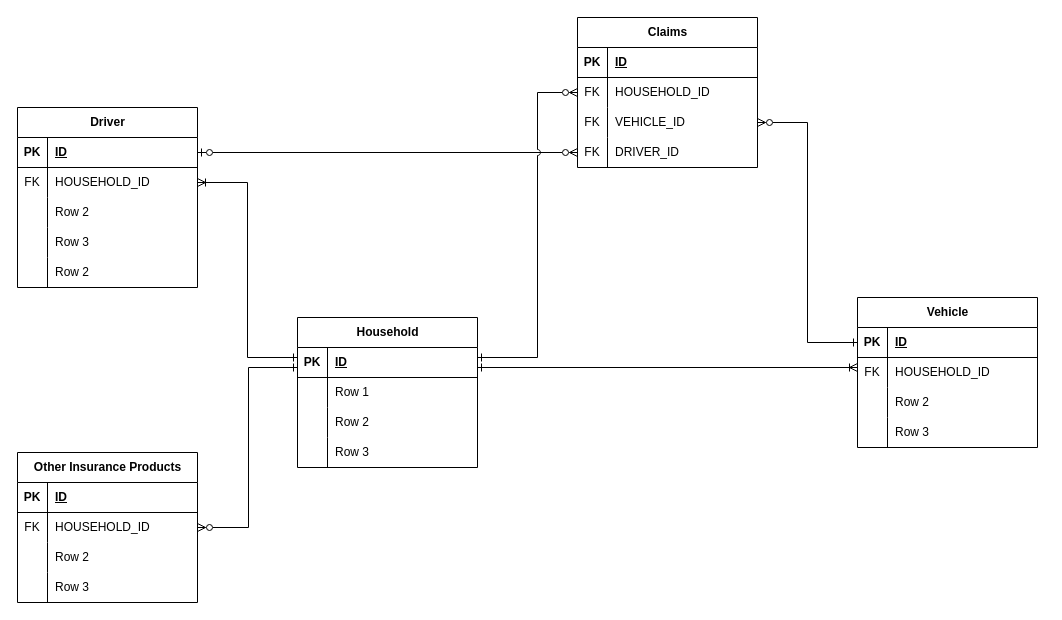
This is synthetic_data/ER Diagram for Data.drawio from rosacker/msds_498_insurance_loss_modeling, a draw.io file, before an edit. Source tidied: cells renumbered, new cells numbered last; positions are measured from the earlier drawing's top-left corner, leaving out a move shared by most shapes. Both pictures are drawn from the tidied source at 100%, with x=0, y=0 at pixel (17, 17).
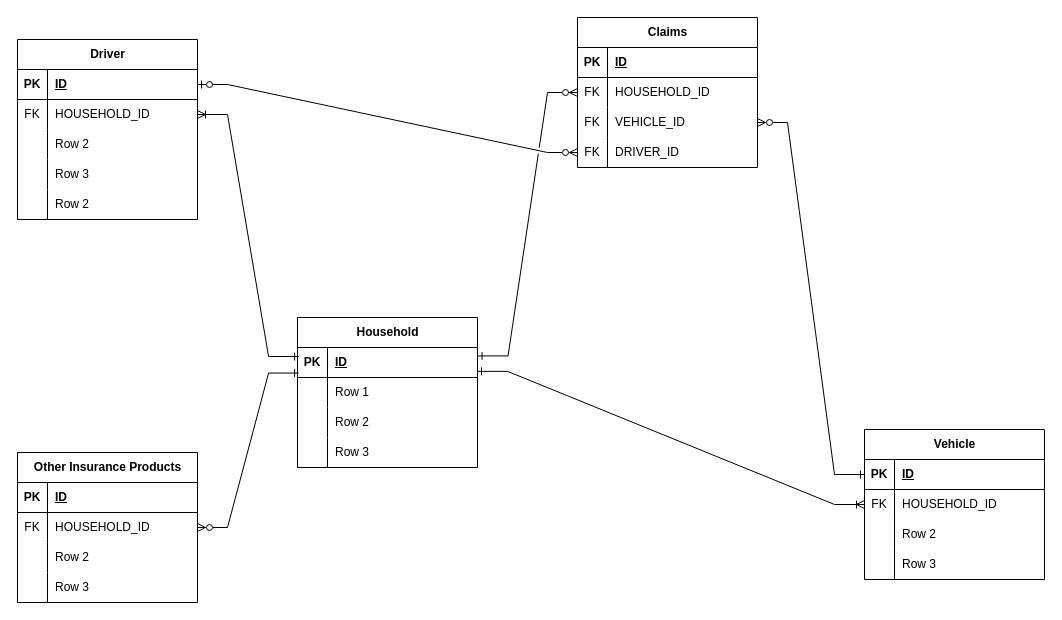
After the change.

The change refers to these unchanged cells:
```xml
<mxCell id="2" value="Household" style="shape=table;startSize=30;childLayout=tableLayout;rowLines=0;fontStyle=1;align=center;html=1;" parent="1" vertex="1">
  <mxGeometry x="280" y="300" width="180" height="150" as="geometry" />
</mxCell>
<mxCell id="3" style="shape=tableRow;horizontal=0;startSize=0;swimlaneHead=0;swimlaneBody=0;fillColor=none;points=[[0,0.5],[1,0.5]];portConstraint=eastwest;top=0;left=0;right=0;bottom=1;" parent="2" vertex="1">
  <mxGeometry y="30" width="180" height="30" as="geometry" />
</mxCell>
<mxCell id="16" style="shape=tableRow;horizontal=0;startSize=0;swimlaneHead=0;swimlaneBody=0;fillColor=none;points=[[0,0.5],[1,0.5]];portConstraint=eastwest;top=0;left=0;right=0;bottom=1;" parent="15" vertex="1">
  <mxGeometry y="30" width="180" height="30" as="geometry" />
</mxCell>
<mxCell id="19" style="shape=tableRow;horizontal=0;startSize=0;swimlaneHead=0;swimlaneBody=0;fillColor=none;points=[[0,0.5],[1,0.5]];portConstraint=eastwest;top=0;left=0;right=0;bottom=0;" parent="15" vertex="1">
  <mxGeometry y="60" width="180" height="30" as="geometry" />
</mxCell>
<mxCell id="29" style="shape=tableRow;horizontal=0;startSize=0;swimlaneHead=0;swimlaneBody=0;fillColor=none;points=[[0,0.5],[1,0.5]];portConstraint=eastwest;top=0;left=0;right=0;bottom=1;" parent="28" vertex="1">
  <mxGeometry y="30" width="180" height="30" as="geometry" />
</mxCell>
<mxCell id="32" style="shape=tableRow;horizontal=0;startSize=0;swimlaneHead=0;swimlaneBody=0;fillColor=none;points=[[0,0.5],[1,0.5]];portConstraint=eastwest;top=0;left=0;right=0;bottom=0;" parent="28" vertex="1">
  <mxGeometry y="60" width="180" height="30" as="geometry" />
</mxCell>
<mxCell id="48" style="shape=tableRow;horizontal=0;startSize=0;swimlaneHead=0;swimlaneBody=0;fillColor=none;points=[[0,0.5],[1,0.5]];portConstraint=eastwest;top=0;left=0;right=0;bottom=0;" parent="44" vertex="1">
  <mxGeometry y="60" width="180" height="30" as="geometry" />
</mxCell>
<mxCell id="61" style="shape=tableRow;horizontal=0;startSize=0;swimlaneHead=0;swimlaneBody=0;fillColor=none;points=[[0,0.5],[1,0.5]];portConstraint=eastwest;top=0;left=0;right=0;bottom=0;" parent="57" vertex="1">
  <mxGeometry y="60" width="180" height="30" as="geometry" />
</mxCell>
<mxCell id="64" style="shape=tableRow;horizontal=0;startSize=0;swimlaneHead=0;swimlaneBody=0;fillColor=none;points=[[0,0.5],[1,0.5]];portConstraint=eastwest;top=0;left=0;right=0;bottom=0;" parent="57" vertex="1">
  <mxGeometry y="90" width="180" height="30" as="geometry" />
</mxCell>
<mxCell id="67" style="shape=tableRow;horizontal=0;startSize=0;swimlaneHead=0;swimlaneBody=0;fillColor=none;points=[[0,0.5],[1,0.5]];portConstraint=eastwest;top=0;left=0;right=0;bottom=0;" parent="57" vertex="1">
  <mxGeometry y="120" width="180" height="30" as="geometry" />
</mxCell>
```

Diff of the diagram source:
```diff
@@
     <mxCell id="15" value="Vehicle" style="shape=table;startSize=30;childLayout=tableLayout;rowLines=0;fontStyle=1;align=center;html=1;" parent="1" vertex="1">
-      <mxGeometry x="840" y="280" width="180" height="150" as="geometry" />
+      <mxGeometry x="847" y="412" width="180" height="150" as="geometry" />
     </mxCell>
@@
     <mxCell id="28" value="Driver" style="shape=table;startSize=30;childLayout=tableLayout;rowLines=0;fontStyle=1;align=center;html=1;" parent="1" vertex="1">
-      <mxGeometry y="90" width="180" height="180" as="geometry" />
+      <mxGeometry y="22" width="180" height="180" as="geometry" />
     </mxCell>
@@
-    <mxCell id="70" style="edgeStyle=orthogonalEdgeStyle;rounded=0;jettySize=auto;html=1;jumpStyle=arc;startArrow=ERzeroToMany;startFill=0;endArrow=ERone;endFill=0;" parent="1" edge="1" source="64" target="16">
+    <mxCell id="70" style="edgeStyle=entityRelationEdgeStyle;rounded=0;jettySize=auto;html=1;jumpStyle=arc;startArrow=ERzeroToMany;startFill=0;endArrow=ERone;endFill=0;" parent="1" edge="1" source="64" target="16">
       <mxGeometry relative="1" as="geometry" />
     </mxCell>
-    <mxCell id="71" style="edgeStyle=orthogonalEdgeStyle;rounded=0;jettySize=auto;html=1;entryX=1;entryY=0.5;entryDx=0;entryDy=0;jumpStyle=arc;startArrow=ERzeroToMany;startFill=0;endArrow=ERzeroToOne;endFill=0;" parent="1" edge="1" source="67" target="29">
+    <mxCell id="71" style="edgeStyle=entityRelationEdgeStyle;rounded=0;jettySize=auto;html=1;entryX=1;entryY=0.5;entryDx=0;entryDy=0;jumpStyle=arc;startArrow=ERzeroToMany;startFill=0;endArrow=ERzeroToOne;endFill=0;" parent="1" edge="1" source="67" target="29">
       <mxGeometry relative="1" as="geometry" />
     </mxCell>
-    <mxCell id="72" style="edgeStyle=orthogonalEdgeStyle;rounded=0;jettySize=auto;html=1;jumpStyle=arc;endArrow=ERone;endFill=0;startArrow=ERzeroToMany;startFill=0;" parent="1" edge="1" source="61" target="2">
-      <mxGeometry relative="1" as="geometry">
-        <Array as="points">
-          <mxPoint x="520" y="75" />
-          <mxPoint x="520" y="340" />
-        </Array>
-      </mxGeometry>
+    <mxCell id="72" style="edgeStyle=entityRelationEdgeStyle;rounded=0;jettySize=auto;html=1;jumpStyle=gap;endArrow=ERone;endFill=0;startArrow=ERzeroToMany;startFill=0;entryX=1.003;entryY=0.281;entryDx=0;entryDy=0;entryPerimeter=0;" parent="1" edge="1" source="61" target="3">
+      <mxGeometry relative="1" as="geometry" />
     </mxCell>
-    <mxCell id="73" style="edgeStyle=orthogonalEdgeStyle;rounded=0;jettySize=auto;html=1;jumpStyle=arc;startArrow=ERzeroToMany;startFill=0;endArrow=ERone;endFill=0;" parent="1" edge="1" source="48" target="3">
-      <mxGeometry relative="1" as="geometry">
-        <Array as="points">
-          <mxPoint x="231" y="510" />
-          <mxPoint x="231" y="350" />
-        </Array>
-      </mxGeometry>
+    <mxCell id="73" style="edgeStyle=entityRelationEdgeStyle;rounded=0;jettySize=auto;html=1;jumpStyle=arc;startArrow=ERzeroToMany;startFill=0;endArrow=ERone;endFill=0;entryX=0.006;entryY=0.852;entryDx=0;entryDy=0;entryPerimeter=0;" parent="1" edge="1" source="48" target="3">
+      <mxGeometry relative="1" as="geometry" />
     </mxCell>
-    <mxCell id="74" style="edgeStyle=orthogonalEdgeStyle;rounded=0;jettySize=auto;html=1;jumpStyle=arc;startArrow=ERoneToMany;startFill=0;endArrow=ERone;endFill=0;" parent="1" edge="1" source="32" target="3">
-      <mxGeometry relative="1" as="geometry">
-        <Array as="points">
-          <mxPoint x="230" y="165" />
-          <mxPoint x="230" y="340" />
-        </Array>
-      </mxGeometry>
+    <mxCell id="74" style="edgeStyle=entityRelationEdgeStyle;rounded=0;jettySize=auto;html=1;jumpStyle=arc;startArrow=ERoneToMany;startFill=0;endArrow=ERone;endFill=0;entryX=0.006;entryY=0.3;entryDx=0;entryDy=0;entryPerimeter=0;" parent="1" edge="1" source="32" target="3">
+      <mxGeometry relative="1" as="geometry" />
     </mxCell>
-    <mxCell id="75" style="edgeStyle=orthogonalEdgeStyle;rounded=0;jettySize=auto;html=1;jumpStyle=arc;startArrow=ERoneToMany;startFill=0;endArrow=ERone;endFill=0;" parent="1" edge="1" source="19" target="3">
-      <mxGeometry relative="1" as="geometry">
-        <Array as="points">
-          <mxPoint x="750" y="350" />
-          <mxPoint x="750" y="350" />
-        </Array>
-      </mxGeometry>
+    <mxCell id="75" style="edgeStyle=entityRelationEdgeStyle;rounded=0;jettySize=auto;html=1;jumpStyle=arc;startArrow=ERoneToMany;startFill=0;endArrow=ERone;endFill=0;entryX=1;entryY=0.795;entryDx=0;entryDy=0;entryPerimeter=0;" parent="1" edge="1" source="19" target="3">
+      <mxGeometry relative="1" as="geometry" />
     </mxCell>
```
